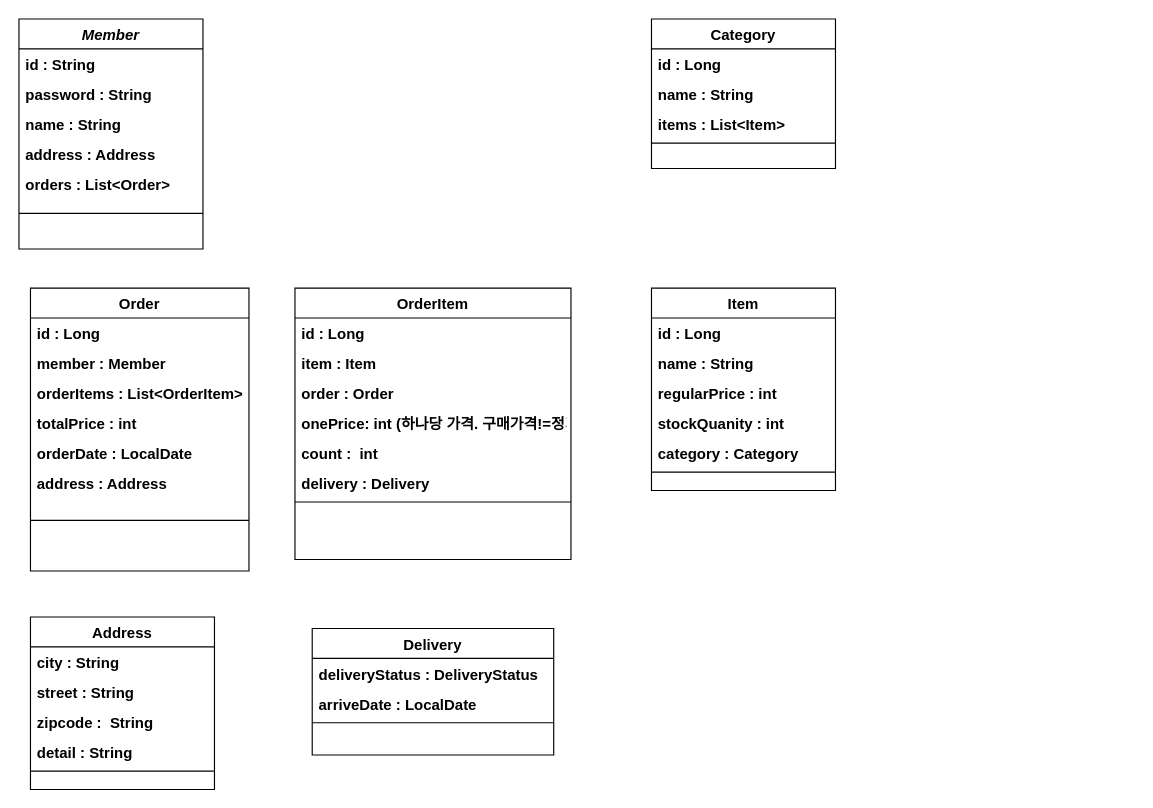
The draw.io diagram jpa_web/객체UML.drawio in gks930620/my_lecture, before the edit. Source tidied: cells renumbered, new cells numbered last; positions are measured from the earlier drawing's top-left corner, leaving out a move shared by most shapes. Both pictures are drawn from the tidied source at 115%, with x=0, y=0 at pixel (18, 18).
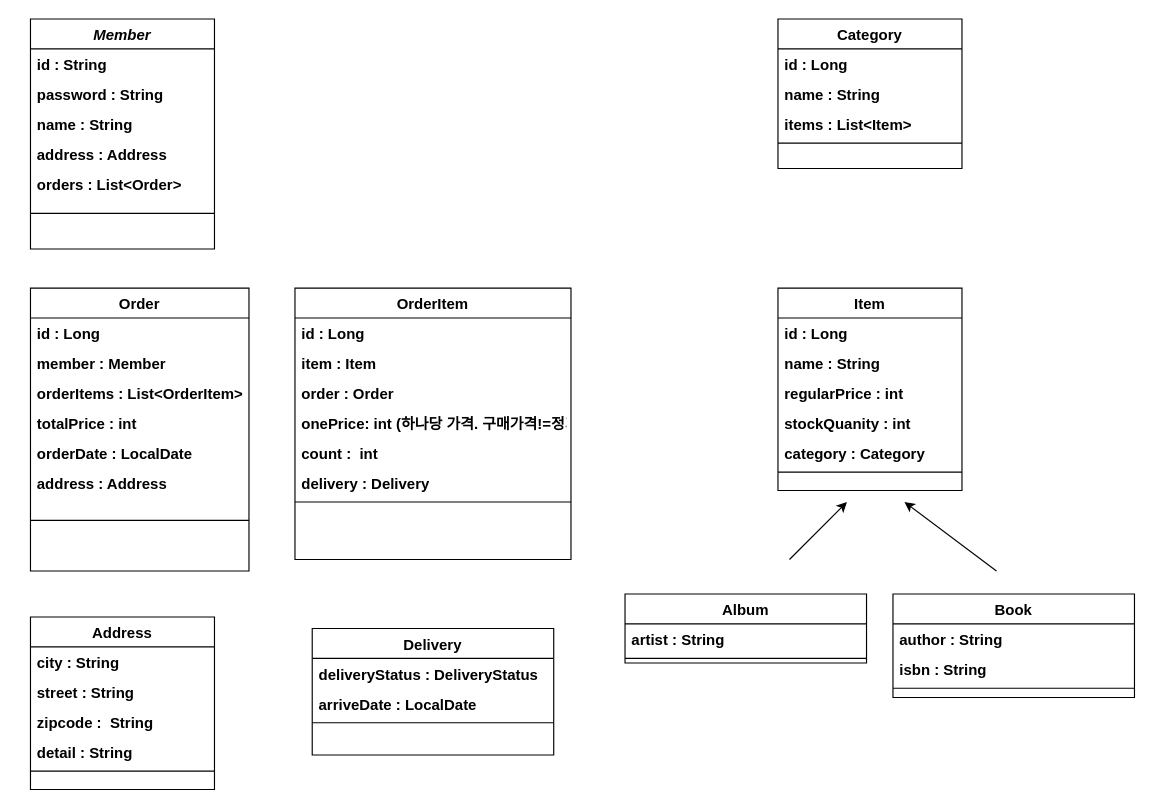
The same page after the edit.

Commit message:
상속매핑UML빠졌던거 커

What changed in the source:
```diff
@@
     <mxCell id="2" value="Member" style="swimlane;fontStyle=3;align=center;verticalAlign=top;horizontal=1;startSize=26;rounded=0;shadow=0;strokeWidth=1;fontSize=13;" parent="1" vertex="1">
-      <mxGeometry width="160" height="200" as="geometry" />
+      <mxGeometry x="10" width="160" height="200" as="geometry" />
     </mxCell>
@@
     <mxCell id="26" value="Item" style="swimlane;fontStyle=1;align=center;verticalAlign=top;horizontal=1;startSize=26;rounded=0;shadow=0;strokeWidth=1;fontSize=13;" parent="1" vertex="1">
-      <mxGeometry x="550" y="234" width="160" height="176" as="geometry" />
+      <mxGeometry x="660" y="234" width="160" height="176" as="geometry" />
     </mxCell>
@@
     <mxCell id="43" value="Category" style="swimlane;fontStyle=1;align=center;verticalAlign=top;horizontal=1;startSize=26;rounded=0;shadow=0;strokeWidth=1;fontSize=13;" parent="1" vertex="1">
-      <mxGeometry x="550" width="160" height="130" as="geometry" />
+      <mxGeometry x="660" width="160" height="130" as="geometry" />
     </mxCell>
@@
+    <mxCell id="48" value="Book" style="swimlane;fontStyle=1;align=center;verticalAlign=top;horizontal=1;startSize=26;rounded=0;shadow=0;strokeWidth=1;fontSize=13;" parent="1" vertex="1">
+      <mxGeometry x="760" y="500" width="210" height="90" as="geometry" />
+    </mxCell>
+    <mxCell id="49" value="author : String&#10;" style="text;align=left;verticalAlign=top;spacingLeft=4;spacingRight=4;overflow=hidden;rounded=0;shadow=0;html=0;fontStyle=1;fontSize=13;" parent="48" vertex="1">
+      <mxGeometry y="26" width="210" height="26" as="geometry" />
+    </mxCell>
+    <mxCell id="50" value="isbn : String" style="text;align=left;verticalAlign=top;spacingLeft=4;spacingRight=4;overflow=hidden;rounded=0;shadow=0;html=0;fontStyle=1;fontSize=13;" parent="48" vertex="1">
+      <mxGeometry y="52" width="210" height="26" as="geometry" />
+    </mxCell>
+    <mxCell id="51" style="line;html=1;strokeWidth=1;align=left;verticalAlign=middle;spacingTop=-1;spacingLeft=3;spacingRight=3;labelPosition=right;fontStyle=1;fontSize=13;" parent="48" vertex="1">
+      <mxGeometry y="78" width="210" height="8" as="geometry" />
+    </mxCell>
+    <mxCell id="52" value="Album" style="swimlane;fontStyle=1;align=center;verticalAlign=top;horizontal=1;startSize=26;rounded=0;shadow=0;strokeWidth=1;fontSize=13;" parent="1" vertex="1">
+      <mxGeometry x="527" y="500" width="210" height="60" as="geometry" />
+    </mxCell>
+    <mxCell id="53" value="artist : String" style="text;align=left;verticalAlign=top;spacingLeft=4;spacingRight=4;overflow=hidden;rounded=0;shadow=0;html=0;fontStyle=1;fontSize=13;" parent="52" vertex="1">
+      <mxGeometry y="26" width="210" height="26" as="geometry" />
+    </mxCell>
+    <mxCell id="54" style="line;html=1;strokeWidth=1;align=left;verticalAlign=middle;spacingTop=-1;spacingLeft=3;spacingRight=3;labelPosition=right;fontStyle=1;fontSize=13;" parent="52" vertex="1">
+      <mxGeometry y="52" width="210" height="8" as="geometry" />
+    </mxCell>
+    <mxCell id="55" style="endArrow=classic;html=1;rounded=0;" parent="1" edge="1">
+      <mxGeometry relative="1" as="geometry">
+        <mxPoint x="670" y="470" as="sourcePoint" />
+        <mxPoint x="720" y="420" as="targetPoint" />
+      </mxGeometry>
+    </mxCell>
+    <mxCell id="56" style="endArrow=classic;html=1;rounded=0;" parent="1" edge="1">
+      <mxGeometry relative="1" as="geometry">
+        <mxPoint x="850" y="480" as="sourcePoint" />
+        <mxPoint x="770" y="420" as="targetPoint" />
+      </mxGeometry>
+    </mxCell>
```
